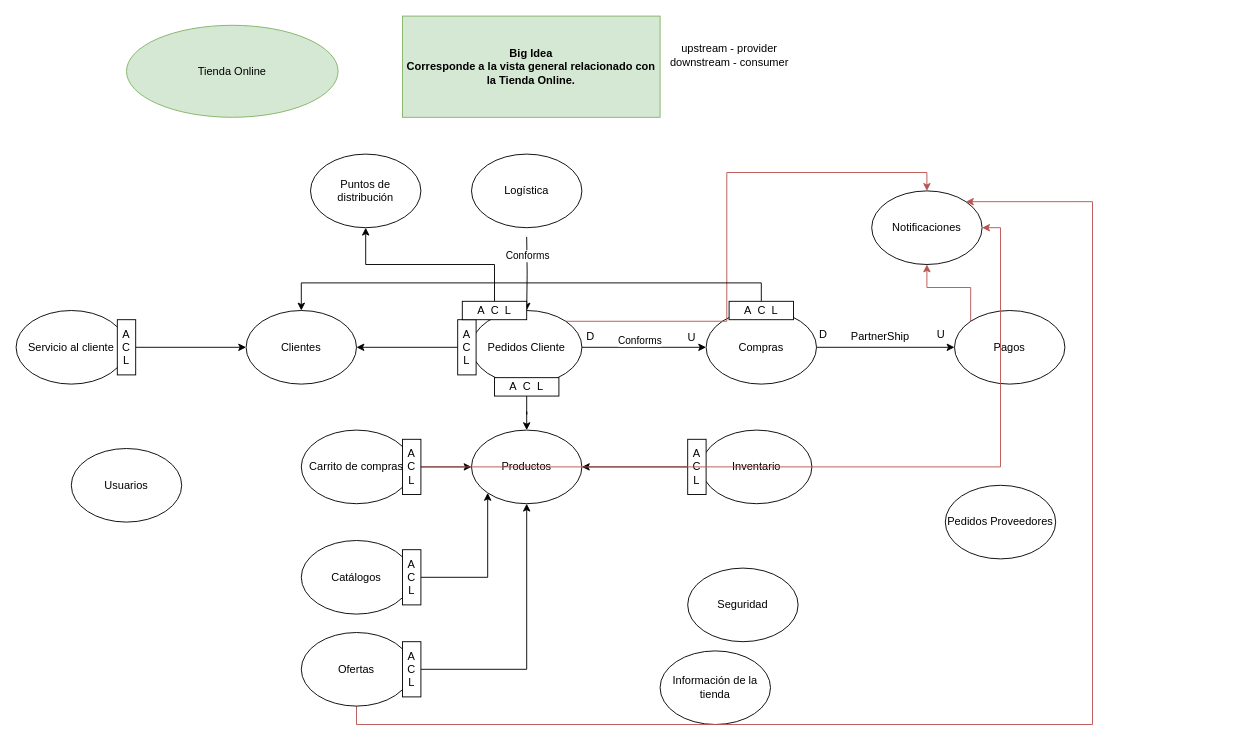
Above: TiendaOnline_Disenio.drawio in andrescardo98/doo (draw.io), before the change. Source tidied: cells renumbered, new cells numbered last; positions are measured from the earlier drawing's top-left corner, leaving out a move shared by most shapes. Both pictures are drawn from the tidied source at 92%, with x=0, y=0 at pixel (16, 16).
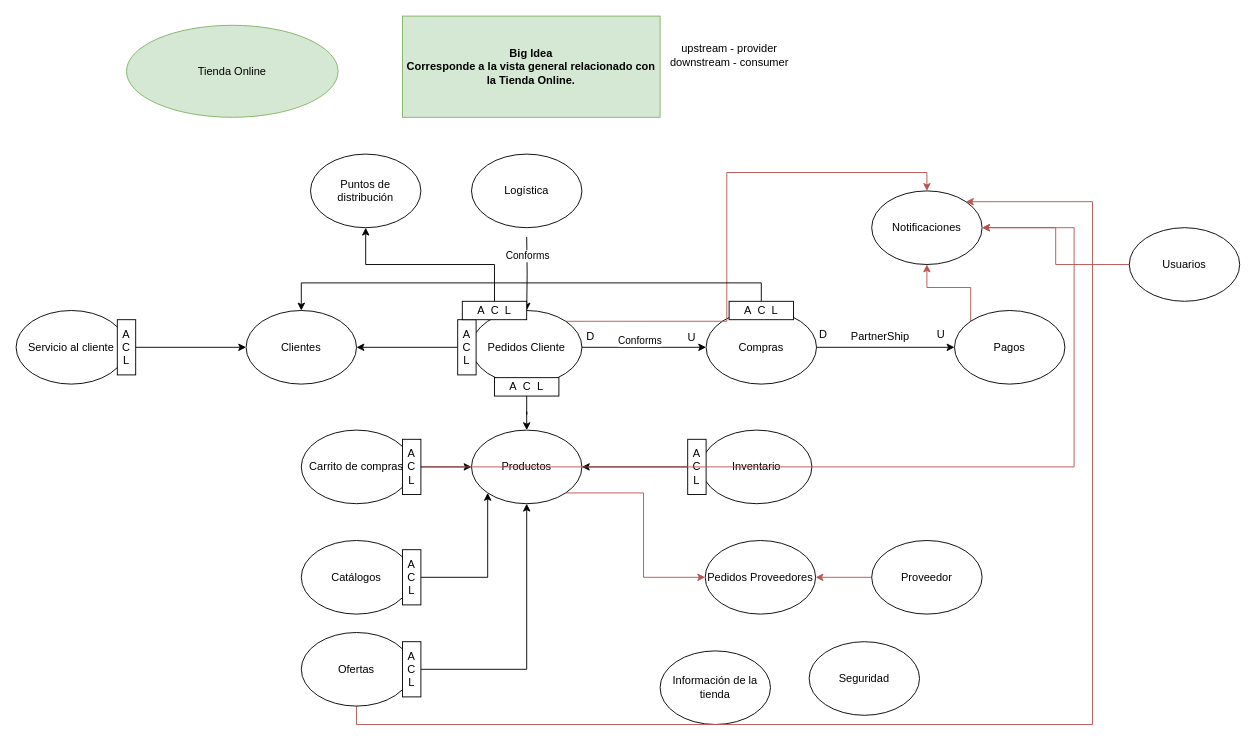
After the change.

Unchanged cells that the change refers to:
```xml
<mxCell id="5" value="Notificaciones" style="ellipse;whiteSpace=wrap;html=1;" parent="1" vertex="1">
  <mxGeometry x="930" y="190" width="120" height="80" as="geometry" />
</mxCell>
<mxCell id="19" value="Productos" style="ellipse;whiteSpace=wrap;html=1;" parent="1" vertex="1">
  <mxGeometry x="495" y="450" width="120" height="80" as="geometry" />
</mxCell>
<mxCell id="34" value="A&lt;br&gt;C&lt;br&gt;L" style="rounded=0;whiteSpace=wrap;html=1;" parent="1" vertex="1">
  <mxGeometry x="420" y="460" width="20" height="60" as="geometry" />
</mxCell>
```

What changed in the source:
```diff
@@
+    <mxCell id="54" style="edgeStyle=orthogonalEdgeStyle;rounded=0;jettySize=auto;html=1;exitX=0;exitY=0.5;exitDx=0;exitDy=0;entryX=1;entryY=0.5;entryDx=0;entryDy=0;fillColor=#f8cecc;strokeColor=#b85450;" parent="1" edge="1" source="10" target="5">
+      <mxGeometry relative="1" as="geometry" />
+    </mxCell>
     <mxCell id="10" value="Usuarios" style="ellipse;whiteSpace=wrap;html=1;" parent="1" vertex="1">
-      <mxGeometry x="60" y="470" width="120" height="80" as="geometry" />
+      <mxGeometry x="1210" y="230" width="120" height="80" as="geometry" />
     </mxCell>
@@
     <mxCell id="18" value="Pedidos Proveedores" style="ellipse;whiteSpace=wrap;html=1;" parent="1" vertex="1">
-      <mxGeometry x="1010" y="510" width="120" height="80" as="geometry" />
+      <mxGeometry x="749" y="570" width="120" height="80" as="geometry" />
     </mxCell>
+    <mxCell id="55" style="edgeStyle=orthogonalEdgeStyle;rounded=0;jettySize=auto;html=1;exitX=1;exitY=1;exitDx=0;exitDy=0;entryX=0;entryY=0.5;entryDx=0;entryDy=0;fillColor=#f8cecc;strokeColor=#b85450;" parent="1" edge="1" source="19" target="18">
+      <mxGeometry relative="1" as="geometry" />
+    </mxCell>
@@
     <mxCell id="24" value="Seguridad" style="ellipse;whiteSpace=wrap;html=1;" parent="1" vertex="1">
-      <mxGeometry x="730" y="600" width="120" height="80" as="geometry" />
+      <mxGeometry x="862" y="680" width="120" height="80" as="geometry" />
     </mxCell>
@@
     <mxCell id="33" style="edgeStyle=orthogonalEdgeStyle;rounded=0;jettySize=auto;html=1;exitX=1;exitY=0.5;exitDx=0;exitDy=0;entryX=1;entryY=0.5;entryDx=0;entryDy=0;fillColor=#f8cecc;strokeColor=#b85450;" parent="1" edge="1" source="34" target="5">
-      <mxGeometry relative="1" as="geometry" />
+      <mxGeometry relative="1" as="geometry">
+        <Array as="points">
+          <mxPoint x="1150" y="490" />
+          <mxPoint x="1150" y="230" />
+        </Array>
+      </mxGeometry>
     </mxCell>
@@
+    <mxCell id="56" style="edgeStyle=orthogonalEdgeStyle;rounded=0;jettySize=auto;html=1;fillColor=#f8cecc;strokeColor=#b85450;" parent="1" edge="1" source="57" target="18">
+      <mxGeometry relative="1" as="geometry" />
+    </mxCell>
+    <mxCell id="57" value="Proveedor" style="ellipse;whiteSpace=wrap;html=1;" parent="1" vertex="1">
+      <mxGeometry x="930" y="570" width="120" height="80" as="geometry" />
+    </mxCell>
```
